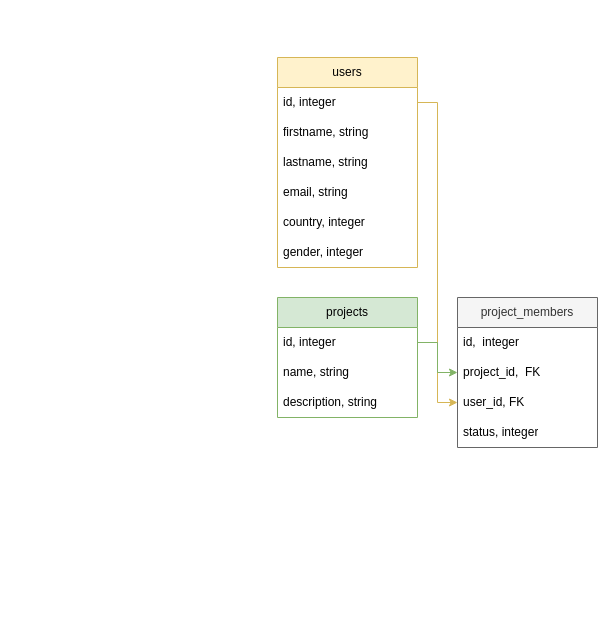
Ahmadrameen/Ahmadrameen keeps this draw.io diagram as Untitled Diagram.drawio. Above is the earlier version. Source tidied: cells renumbered, new cells numbered last; positions are measured from the earlier drawing's top-left corner, leaving out a move shared by most shapes. Both pictures are drawn from the tidied source at 100%, with x=0, y=0 at pixel (277, 57).
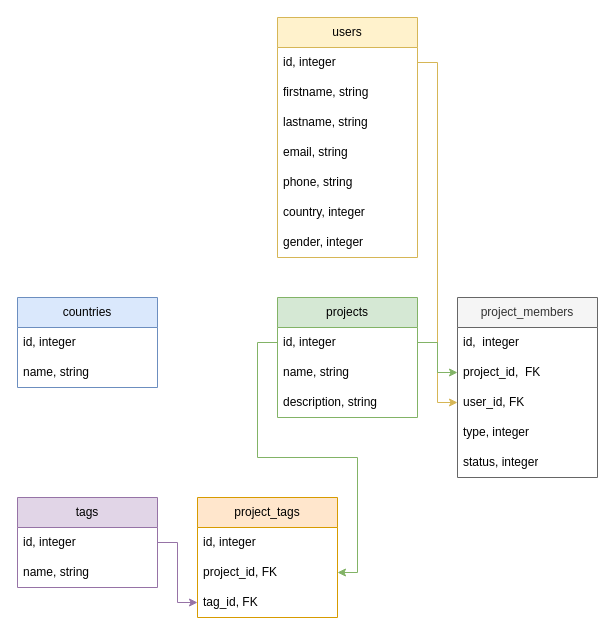
The same diagram, later.

Unchanged cells that the change refers to:
```xml
<mxCell id="10" value="id, integer" style="text;strokeColor=none;fillColor=none;align=left;verticalAlign=middle;spacingLeft=4;spacingRight=4;overflow=hidden;points=[[0,0.5],[1,0.5]];portConstraint=eastwest;whiteSpace=wrap;html=1;" parent="9" vertex="1">
  <mxGeometry y="30" width="140" height="30" as="geometry" />
</mxCell>
```

What changed in the source:
```diff
@@
     <mxCell id="2" value="users" style="swimlane;fontStyle=0;horizontal=1;startSize=30;whiteSpace=wrap;html=1;fillColor=#fff2cc;strokeColor=#d6b656;" parent="1" vertex="1">
-      <mxGeometry width="140" height="210" as="geometry" />
+      <mxGeometry y="-40" width="140" height="240" as="geometry" />
     </mxCell>
@@
+    <mxCell id="20" value="phone, string" style="text;strokeColor=none;fillColor=none;align=left;verticalAlign=middle;spacingLeft=4;spacingRight=4;overflow=hidden;whiteSpace=wrap;html=1;" parent="2" vertex="1">
+      <mxGeometry y="150" width="140" height="30" as="geometry" />
+    </mxCell>
     <mxCell id="7" value="country, integer" style="text;strokeColor=none;fillColor=none;align=left;verticalAlign=middle;spacingLeft=4;spacingRight=4;overflow=hidden;whiteSpace=wrap;html=1;" parent="2" vertex="1">
-      <mxGeometry y="150" width="140" height="30" as="geometry" />
+      <mxGeometry y="180" width="140" height="30" as="geometry" />
     </mxCell>
     <mxCell id="8" value="gender, integer" style="text;strokeColor=none;fillColor=none;align=left;verticalAlign=middle;spacingLeft=4;spacingRight=4;overflow=hidden;whiteSpace=wrap;html=1;" parent="2" vertex="1">
-      <mxGeometry y="180" width="140" height="30" as="geometry" />
+      <mxGeometry y="210" width="140" height="30" as="geometry" />
     </mxCell>
@@
     <mxCell id="13" value="project_members" style="swimlane;fontStyle=0;horizontal=1;startSize=30;whiteSpace=wrap;html=1;fillColor=#f5f5f5;fontColor=#333333;strokeColor=#666666;" parent="1" vertex="1">
-      <mxGeometry x="180" y="240" width="140" height="150" as="geometry" />
+      <mxGeometry x="180" y="240" width="140" height="180" as="geometry" />
     </mxCell>
@@
-    <mxCell id="17" value="status, integer" style="text;strokeColor=none;fillColor=none;align=left;verticalAlign=middle;spacingLeft=4;spacingRight=4;overflow=hidden;whiteSpace=wrap;html=1;" parent="13" vertex="1">
+    <mxCell id="17" value="type, integer" style="text;strokeColor=none;fillColor=none;align=left;verticalAlign=middle;spacingLeft=4;spacingRight=4;overflow=hidden;whiteSpace=wrap;html=1;" parent="13" vertex="1">
       <mxGeometry y="120" width="140" height="30" as="geometry" />
     </mxCell>
+    <mxCell id="21" value="status, integer" style="text;strokeColor=none;fillColor=none;align=left;verticalAlign=middle;spacingLeft=4;spacingRight=4;overflow=hidden;whiteSpace=wrap;html=1;" parent="13" vertex="1">
+      <mxGeometry y="150" width="140" height="30" as="geometry" />
+    </mxCell>
@@
+    <mxCell id="22" value="tags" style="swimlane;fontStyle=0;horizontal=1;startSize=30;whiteSpace=wrap;html=1;fillColor=#e1d5e7;strokeColor=#9673a6;" parent="1" vertex="1">
+      <mxGeometry x="-260" y="440" width="140" height="90" as="geometry" />
+    </mxCell>
+    <mxCell id="23" value="id, integer" style="text;strokeColor=none;fillColor=none;align=left;verticalAlign=middle;spacingLeft=4;spacingRight=4;overflow=hidden;points=[[0,0.5],[1,0.5]];portConstraint=eastwest;whiteSpace=wrap;html=1;" parent="22" vertex="1">
+      <mxGeometry y="30" width="140" height="30" as="geometry" />
+    </mxCell>
+    <mxCell id="24" value="name, string" style="text;strokeColor=none;fillColor=none;align=left;verticalAlign=middle;spacingLeft=4;spacingRight=4;overflow=hidden;whiteSpace=wrap;html=1;" parent="22" vertex="1">
+      <mxGeometry y="60" width="140" height="30" as="geometry" />
+    </mxCell>
+    <mxCell id="25" value="project_tags" style="swimlane;fontStyle=0;horizontal=1;startSize=30;whiteSpace=wrap;html=1;fillColor=#ffe6cc;strokeColor=#d79b00;" parent="1" vertex="1">
+      <mxGeometry x="-80" y="440" width="140" height="120" as="geometry" />
+    </mxCell>
+    <mxCell id="26" value="id, integer" style="text;strokeColor=none;fillColor=none;align=left;verticalAlign=middle;spacingLeft=4;spacingRight=4;overflow=hidden;whiteSpace=wrap;html=1;" parent="25" vertex="1">
+      <mxGeometry y="30" width="140" height="30" as="geometry" />
+    </mxCell>
+    <mxCell id="27" value="project_id, FK" style="text;strokeColor=none;fillColor=none;align=left;verticalAlign=middle;spacingLeft=4;spacingRight=4;overflow=hidden;points=[[0,0.5],[1,0.5]];portConstraint=eastwest;whiteSpace=wrap;html=1;" parent="25" vertex="1">
+      <mxGeometry y="60" width="140" height="30" as="geometry" />
+    </mxCell>
+    <mxCell id="28" value="tag_id, FK" style="text;strokeColor=none;fillColor=none;align=left;verticalAlign=middle;spacingLeft=4;spacingRight=4;overflow=hidden;points=[[0,0.5],[1,0.5]];portConstraint=eastwest;whiteSpace=wrap;html=1;" parent="25" vertex="1">
+      <mxGeometry y="90" width="140" height="30" as="geometry" />
+    </mxCell>
+    <mxCell id="29" style="edgeStyle=orthogonalEdgeStyle;rounded=0;jettySize=auto;html=1;entryX=0;entryY=0.5;entryDx=0;entryDy=0;exitX=1;exitY=0.5;exitDx=0;exitDy=0;fillColor=#e1d5e7;strokeColor=#9673a6;" parent="1" edge="1" source="23" target="28">
+      <mxGeometry relative="1" as="geometry" />
+    </mxCell>
+    <mxCell id="30" style="edgeStyle=orthogonalEdgeStyle;rounded=0;jettySize=auto;html=1;entryX=1;entryY=0.5;entryDx=0;entryDy=0;fillColor=#d5e8d4;strokeColor=#82b366;" parent="1" edge="1" source="10" target="27">
+      <mxGeometry relative="1" as="geometry" />
+    </mxCell>
+    <mxCell id="31" value="countries" style="swimlane;fontStyle=0;horizontal=1;startSize=30;whiteSpace=wrap;html=1;fillColor=#dae8fc;strokeColor=#6c8ebf;" parent="1" vertex="1">
+      <mxGeometry x="-260" y="240" width="140" height="90" as="geometry" />
+    </mxCell>
+    <mxCell id="32" value="id, integer" style="text;strokeColor=none;fillColor=none;align=left;verticalAlign=middle;spacingLeft=4;spacingRight=4;overflow=hidden;whiteSpace=wrap;html=1;" parent="31" vertex="1">
+      <mxGeometry y="30" width="140" height="30" as="geometry" />
+    </mxCell>
+    <mxCell id="33" value="name, string" style="text;strokeColor=none;fillColor=none;align=left;verticalAlign=middle;spacingLeft=4;spacingRight=4;overflow=hidden;whiteSpace=wrap;html=1;" parent="31" vertex="1">
+      <mxGeometry y="60" width="140" height="30" as="geometry" />
+    </mxCell>
```
